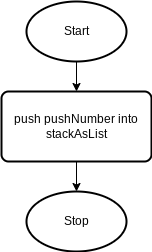
Yiyun-Qin/ics4u-unit2-01-typescript keeps this draw.io diagram as design.stack1.flowchart.png. Above is the earlier version. Source tidied: cells renumbered, new cells last; positions are measured from the earlier drawing's top-left corner, leaving out a move shared by most shapes.
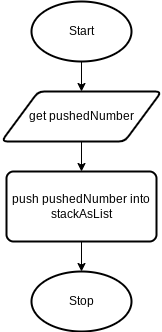
After the commit.

Diff of the diagram source:
```diff
@@ -2,20 +2,26 @@
   <root>
     <mxCell id="0" />
     <mxCell id="1" parent="0" />
-    <mxCell id="2" style="edgeStyle=none;html=1;exitX=0.5;exitY=1;exitDx=0;exitDy=0;exitPerimeter=0;entryX=0.5;entryY=0;entryDx=0;entryDy=0;" parent="1" edge="1" source="3" target="5">
-      <mxGeometry relative="1" as="geometry" />
-    </mxCell>
+    <mxCell id="7" style="edgeStyle=none;html=1;exitX=0.5;exitY=1;exitDx=0;exitDy=0;exitPerimeter=0;entryX=0.5;entryY=0;entryDx=0;entryDy=0;" parent="1" edge="1" source="3" target="9">
+      <mxGeometry relative="1" as="geometry" />
+    </mxCell>
     <mxCell id="3" value="Start" style="strokeWidth=2;html=1;shape=mxgraph.flowchart.start_1;whiteSpace=wrap;" parent="1" vertex="1">
-      <mxGeometry x="25" width="100" height="60" as="geometry" />
+      <mxGeometry x="25" y="-80" width="100" height="60" as="geometry" />
     </mxCell>
     <mxCell id="4" style="edgeStyle=none;html=1;exitX=0.5;exitY=1;exitDx=0;exitDy=0;entryX=0.5;entryY=0;entryDx=0;entryDy=0;entryPerimeter=0;" parent="1" edge="1" source="5" target="6">
       <mxGeometry relative="1" as="geometry" />
     </mxCell>
-    <mxCell id="5" value="push pushNumber into stackAsList" style="rounded=1;whiteSpace=wrap;html=1;absoluteArcSize=1;arcSize=14;strokeWidth=2;" parent="1" vertex="1">
+    <mxCell id="5" value="push pushedNumber into stackAsList" style="rounded=1;whiteSpace=wrap;html=1;absoluteArcSize=1;arcSize=14;strokeWidth=2;" parent="1" vertex="1">
       <mxGeometry y="90" width="150" height="70" as="geometry" />
     </mxCell>
     <mxCell id="6" value="Stop" style="strokeWidth=2;html=1;shape=mxgraph.flowchart.start_1;whiteSpace=wrap;" parent="1" vertex="1">
       <mxGeometry x="25" y="190" width="100" height="60" as="geometry" />
     </mxCell>
+    <mxCell id="8" style="edgeStyle=none;html=1;exitX=0.5;exitY=1;exitDx=0;exitDy=0;entryX=0.5;entryY=0;entryDx=0;entryDy=0;" parent="1" edge="1" source="9" target="5">
+      <mxGeometry relative="1" as="geometry" />
+    </mxCell>
+    <mxCell id="9" value="get pushedNumber" style="shape=parallelogram;html=1;strokeWidth=2;perimeter=parallelogramPerimeter;whiteSpace=wrap;rounded=1;arcSize=12;size=0.23;" parent="1" vertex="1">
+      <mxGeometry x="-5" y="10" width="160" height="50" as="geometry" />
+    </mxCell>
   </root>
 </mxGraphModel>
```
